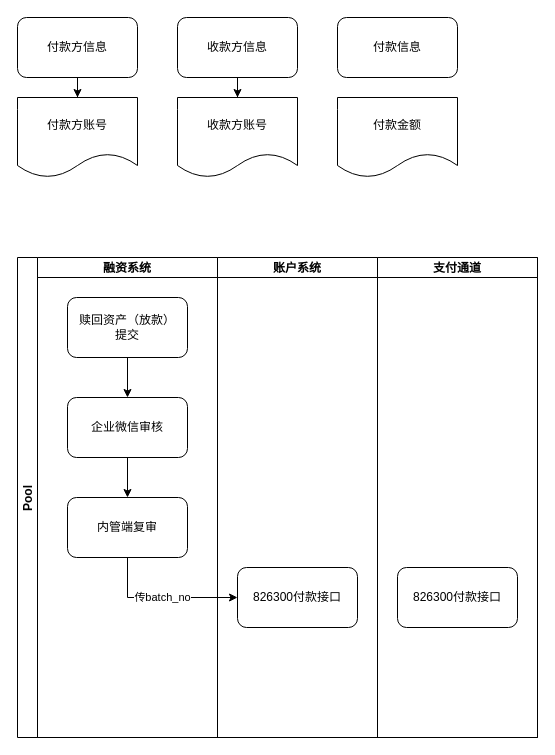
Above: LLSI/付款风控初版.drawio in 0573xieguojia/To-program (draw.io), before the change. Source tidied: cells renumbered, new cells numbered last; positions are measured from the earlier drawing's top-left corner, leaving out a move shared by most shapes. Both pictures are drawn from the tidied source at 100%, with x=0, y=0 at pixel (17, 17).
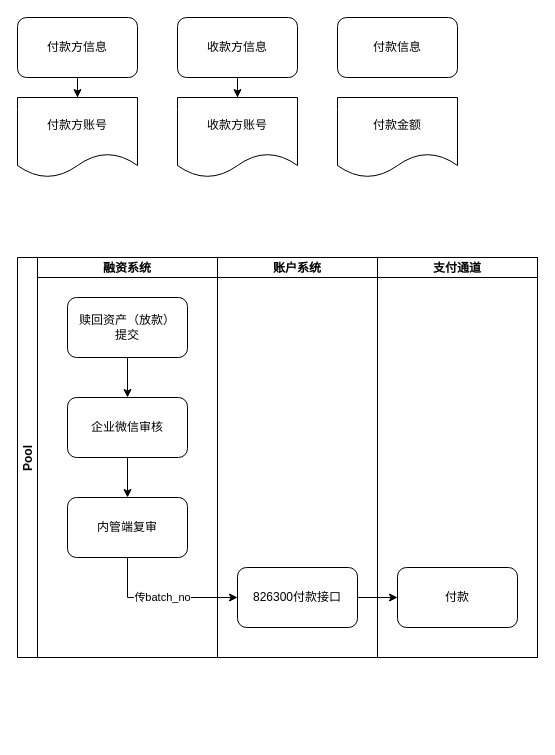
Above is the later version.

Commit message (it also covers changes not shown here):
更新付款风控初版.drawio

Unchanged cells that the change refers to:
```xml
<mxCell id="18" value="826300付款接口" style="rounded=1;whiteSpace=wrap;html=1;" parent="17" vertex="1">
  <mxGeometry x="20" y="310" width="120" height="60" as="geometry" />
</mxCell>
```

Diff of the diagram source:
```diff
@@
     <mxCell id="10" value="Pool" style="swimlane;startSize=20;horizontal=0;" parent="1" vertex="1">
-      <mxGeometry y="240" width="520" height="480" as="geometry" />
+      <mxGeometry y="240" width="520" height="400" as="geometry" />
     </mxCell>
     <mxCell id="11" value="融资系统" style="swimlane;startSize=20;" parent="10" vertex="1">
-      <mxGeometry x="20" width="180" height="480" as="geometry" />
+      <mxGeometry x="20" width="180" height="400" as="geometry" />
     </mxCell>
@@
     <mxCell id="17" value="账户系统" style="swimlane;startSize=20;" parent="10" vertex="1">
-      <mxGeometry x="200" width="160" height="480" as="geometry" />
+      <mxGeometry x="200" width="160" height="400" as="geometry" />
     </mxCell>
@@
     <mxCell id="19" value="支付通道" style="swimlane;startSize=20;" parent="10" vertex="1">
-      <mxGeometry x="360" width="160" height="480" as="geometry" />
+      <mxGeometry x="360" width="160" height="400" as="geometry" />
     </mxCell>
-    <mxCell id="20" value="826300付款接口" style="rounded=1;whiteSpace=wrap;html=1;" parent="19" vertex="1">
+    <mxCell id="20" value="付款" style="rounded=1;whiteSpace=wrap;html=1;" parent="19" vertex="1">
       <mxGeometry x="20" y="310" width="120" height="60" as="geometry" />
     </mxCell>
@@
+    <mxCell id="22" style="edgeStyle=orthogonalEdgeStyle;rounded=0;jettySize=auto;html=1;exitX=1;exitY=0.5;exitDx=0;exitDy=0;entryX=0;entryY=0.5;entryDx=0;entryDy=0;" parent="10" edge="1" source="18" target="20">
+      <mxGeometry relative="1" as="geometry" />
+    </mxCell>
```
